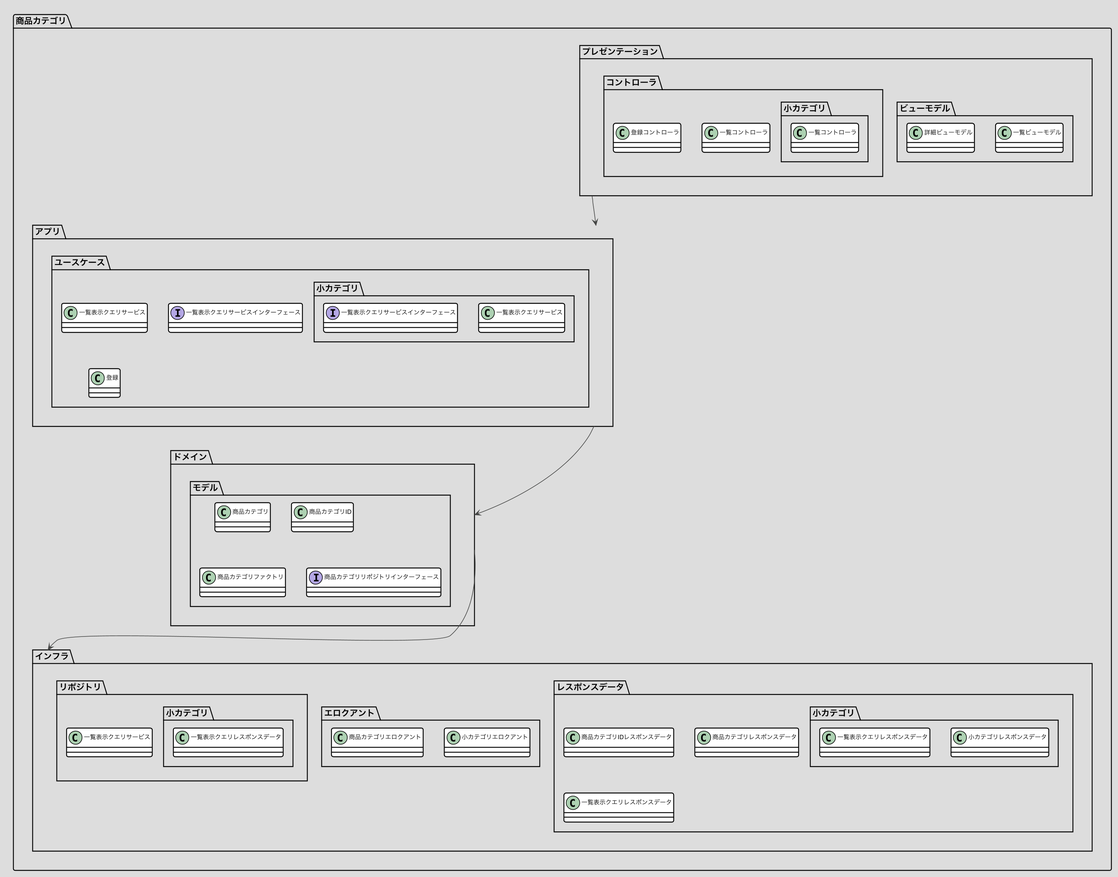
Earlier version of the PlantUML export docs/画像/商品カテゴリ.png (nomura-kainos/japanese-ddd-sample).
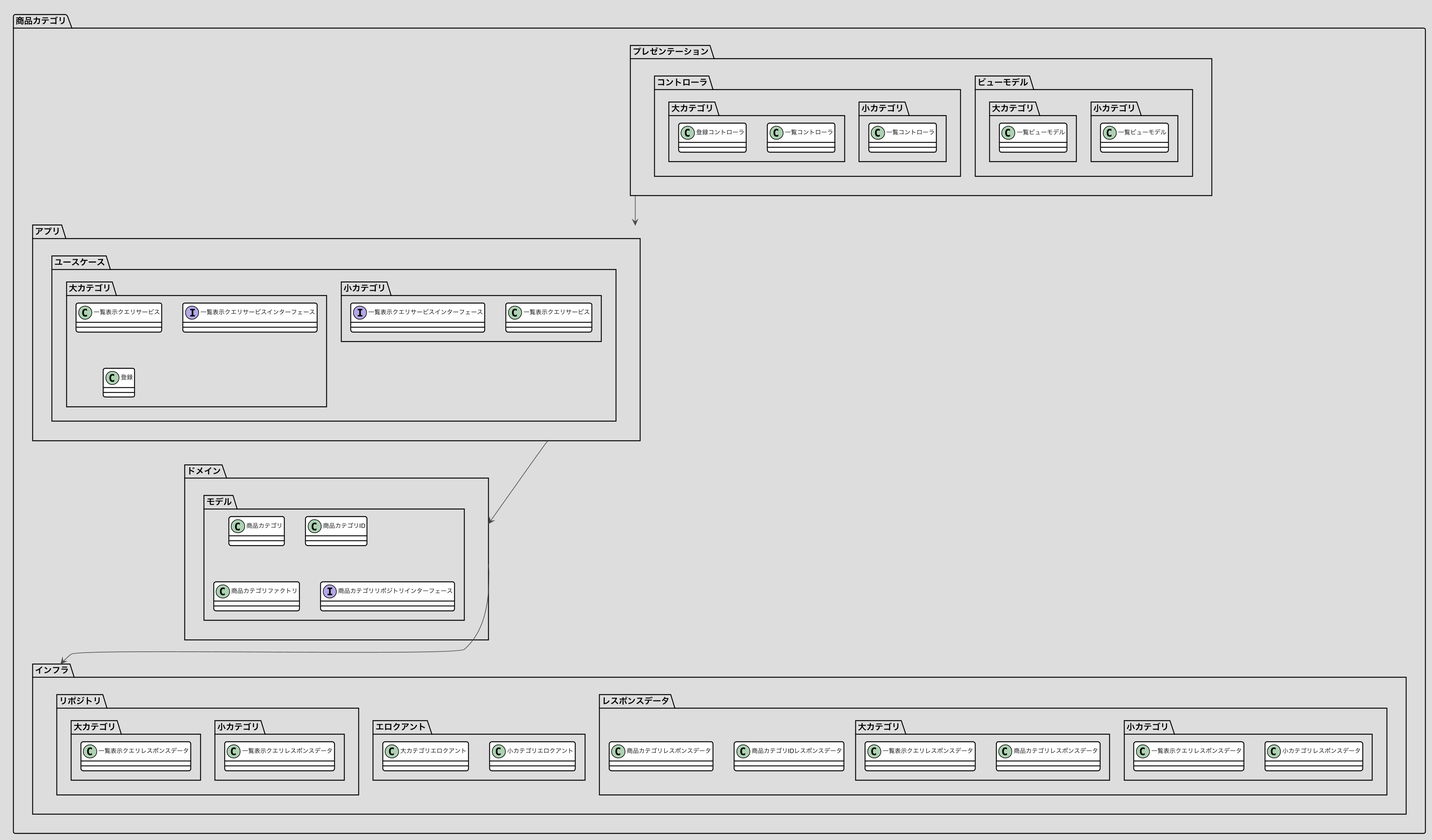
After the change.

Change to the diagram source:
```diff
@@ -57,25 +57,33 @@
 package 商品カテゴリ <<Folder>> {
  package プレゼンテーション {
   package ビューモデル {
-   class 一覧ビューモデル
-   class 詳細ビューモデル
+   namespace 小カテゴリ {
+    class 一覧ビューモデル
+   }
+   namespace 大カテゴリ {
+    class 一覧ビューモデル
+   }
   }
   namespace コントローラ {
-   class 一覧コントローラ
-   class 登録コントローラ
-    namespace 小カテゴリ {
-     class 一覧コントローラ
-    }
+   namespace 小カテゴリ {
+    class 一覧コントローラ
+   }
+   namespace 大カテゴリ {
+    class 一覧コントローラ
+    class 登録コントローラ
+   }
   }
  }
  package アプリ {
   namespace ユースケース {
-   class 一覧表示クエリサービス
-   interface 一覧表示クエリサービスインターフェース
-   class 登録
    namespace 小カテゴリ {
     class 一覧表示クエリサービス
     interface 一覧表示クエリサービスインターフェース
+   }
+   namespace 大カテゴリ {
+    class 一覧表示クエリサービス
+    interface 一覧表示クエリサービスインターフェース
+    class 登録
    }
   }
  }
@@ -91,19 +99,24 @@
   namespace レスポンスデータ {
    class 商品カテゴリIDレスポンスデータ
    class 商品カテゴリレスポンスデータ
-   class 一覧表示クエリレスポンスデータ
    namespace 小カテゴリ {
     class 小カテゴリレスポンスデータ
+    class 一覧表示クエリレスポンスデータ
+   }
+   namespace 大カテゴリ {
+    class 商品カテゴリレスポンスデータ
     class 一覧表示クエリレスポンスデータ
    }
   }
   package エロクアント {
    class 小カテゴリエロクアント
-   class 商品カテゴリエロクアント
+   class 大カテゴリエロクアント
   }
   namespace リポジトリ {
-   class 一覧表示クエリサービス
    namespace 小カテゴリ {
+    class 一覧表示クエリレスポンスデータ
+   }
+   namespace 大カテゴリ {
     class 一覧表示クエリレスポンスデータ
    }
   }
```
